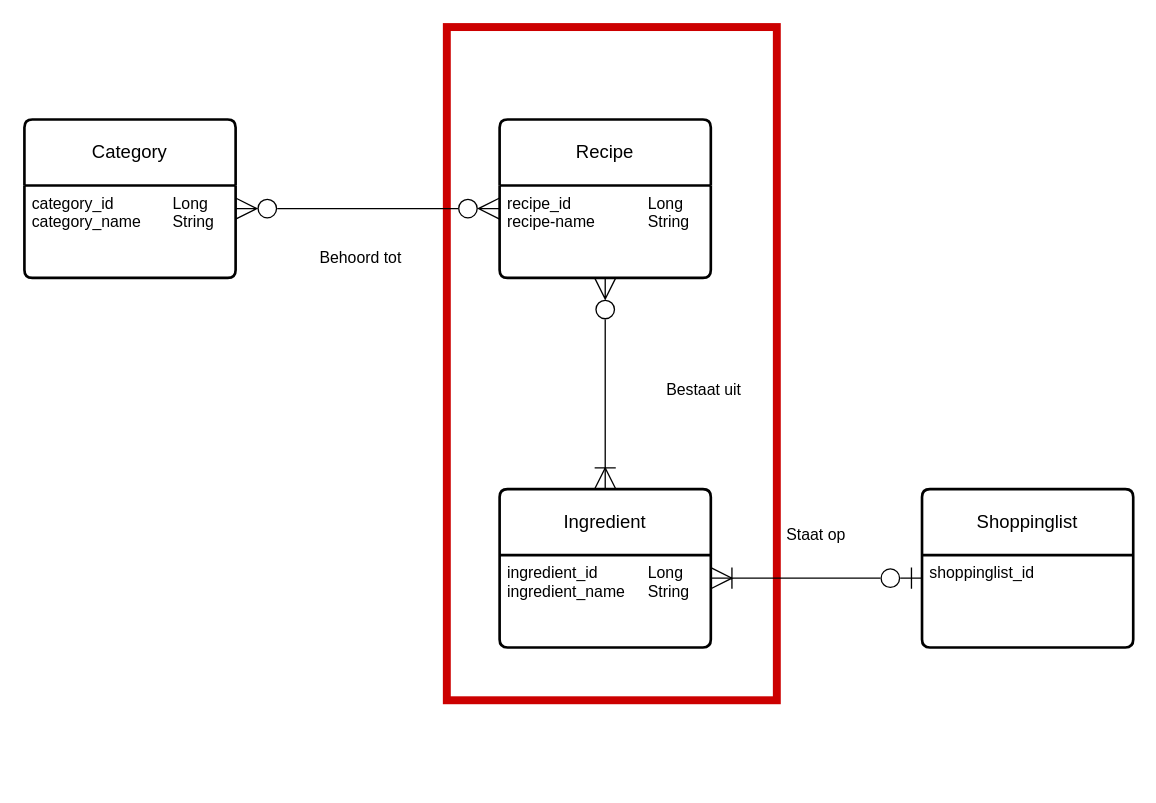
Above: Documenten/Receptenradar ERD.drawio in C17-MIW-NN/P1-ReceptenRadar (draw.io), before the change. Source tidied: cells renumbered, new cells numbered last; positions are measured from the earlier drawing's top-left corner, leaving out a move shared by most shapes. Both pictures are drawn from the tidied source at 132%, with x=0, y=0 at pixel (24, 26).
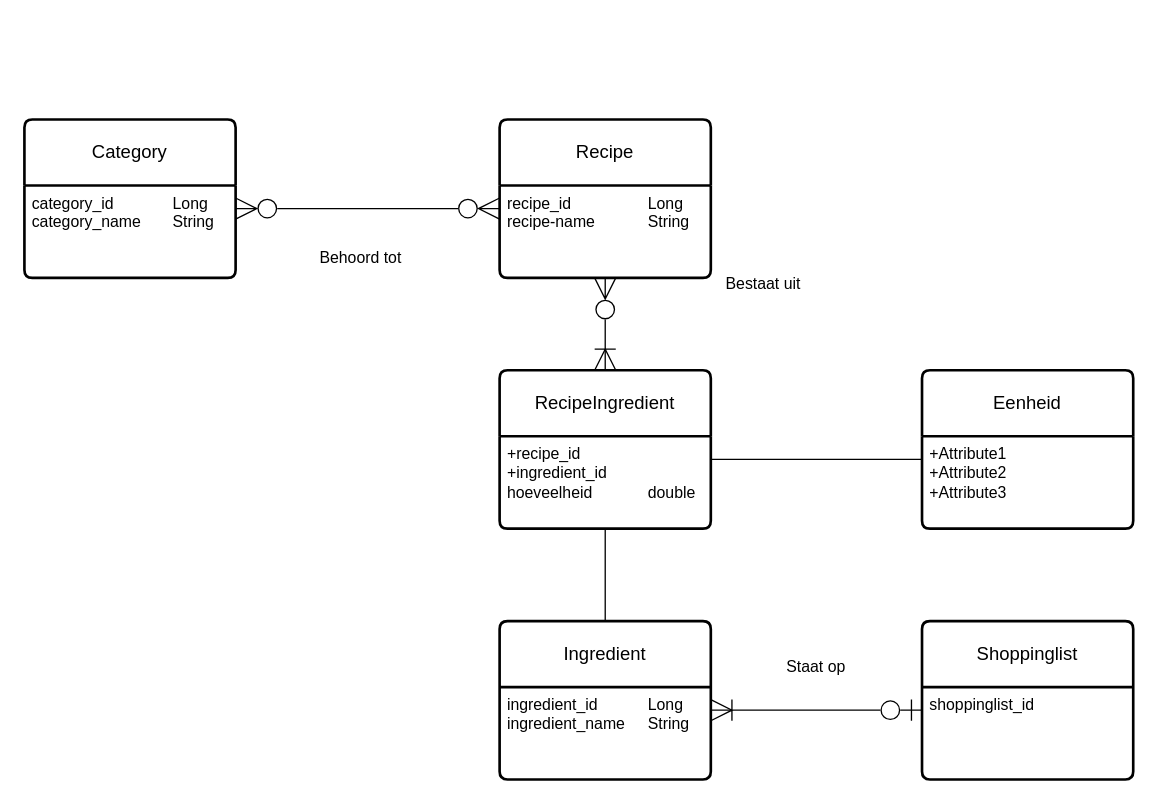
The same page after the edit.

Commit message (it also covers changes not shown here):
Recipes and Ingredients can now be added to DB through a form. Updated ERD and added a TODO List

Unchanged cells that the change refers to:
```xml
<mxCell id="4" value="recipe_id&lt;span style=&quot;white-space: pre;&quot;&gt;&#9;&lt;/span&gt;&lt;span style=&quot;white-space: pre;&quot;&gt;&#9;&lt;/span&gt;&lt;span style=&quot;white-space: pre;&quot;&gt;&#9;&lt;/span&gt;Long&lt;div&gt;recipe-name&lt;span style=&quot;white-space: pre;&quot;&gt;&#9;&lt;/span&gt;&lt;span style=&quot;white-space: pre;&quot;&gt;&#9;&lt;/span&gt;String&lt;/div&gt;" style="align=left;strokeColor=none;fillColor=none;spacingLeft=4;spacingRight=4;fontSize=12;verticalAlign=top;html=1;whiteSpace=wrap;" parent="3" vertex="1">
  <mxGeometry y="50" width="160" height="70" as="geometry" />
</mxCell>
```

Change to the diagram source:
```diff
@@
-    <mxCell id="2" style="rounded=0;whiteSpace=wrap;html=1;fillColor=none;strokeColor=#CC0000;strokeWidth=6;" parent="1" vertex="1">
-      <mxGeometry x="320" width="250" height="510" as="geometry" />
-    </mxCell>
@@
     <mxCell id="7" value="Ingredient" style="swimlane;horizontal=1;startSize=50;rounded=1;fontSize=14;fontStyle=0;strokeWidth=2;shadow=0;dashed=0;align=center;arcSize=4;whiteSpace=wrap;html=1;" parent="1" vertex="1">
-      <mxGeometry x="360" y="350" width="160" height="120" as="geometry" />
+      <mxGeometry x="360" y="450" width="160" height="120" as="geometry" />
     </mxCell>
@@
     <mxCell id="9" value="Shoppinglist" style="swimlane;horizontal=1;startSize=50;rounded=1;fontSize=14;fontStyle=0;strokeWidth=2;shadow=0;dashed=0;align=center;arcSize=4;whiteSpace=wrap;html=1;" parent="1" vertex="1">
-      <mxGeometry x="680" y="350" width="160" height="120" as="geometry" />
+      <mxGeometry x="680" y="450" width="160" height="120" as="geometry" />
     </mxCell>
@@
-    <mxCell id="13" style="endArrow=ERzeroToMany;html=1;rounded=0;exitX=0.5;exitY=0;exitDx=0;exitDy=0;entryX=0.5;entryY=1;entryDx=0;entryDy=0;startArrow=ERoneToMany;startFill=0;startSize=14;endSize=14;endFill=0;" parent="1" edge="1" source="7" target="4">
+    <mxCell id="13" style="endArrow=ERzeroToMany;html=1;rounded=0;exitX=0.5;exitY=0;exitDx=0;exitDy=0;entryX=0.5;entryY=1;entryDx=0;entryDy=0;startArrow=ERoneToMany;startFill=0;startSize=14;endSize=14;endFill=0;" parent="1" edge="1" source="17" target="4">
       <mxGeometry relative="1" as="geometry" />
     </mxCell>
@@
     <mxCell id="15" value="Bestaat uit" style="text;html=1;align=center;verticalAlign=middle;whiteSpace=wrap;rounded=0;" parent="1" vertex="1">
-      <mxGeometry x="485" y="260" width="60" height="30" as="geometry" />
+      <mxGeometry x="530" y="180" width="60" height="30" as="geometry" />
     </mxCell>
     <mxCell id="16" value="Staat op" style="text;html=1;align=center;verticalAlign=middle;whiteSpace=wrap;rounded=0;" parent="1" vertex="1">
-      <mxGeometry x="570" y="370" width="60" height="30" as="geometry" />
+      <mxGeometry x="570" y="470" width="60" height="30" as="geometry" />
     </mxCell>
+    <mxCell id="17" value="RecipeIngredient" style="swimlane;horizontal=1;startSize=50;rounded=1;fontSize=14;fontStyle=0;strokeWidth=2;shadow=0;dashed=0;align=center;arcSize=4;whiteSpace=wrap;html=1;" parent="1" vertex="1">
+      <mxGeometry x="360" y="260" width="160" height="120" as="geometry" />
+    </mxCell>
+    <mxCell id="18" value="+recipe_id&lt;br&gt;+ingredient_id&lt;div&gt;hoeveelheid&lt;span style=&quot;white-space: pre;&quot;&gt;&#9;&lt;/span&gt;&lt;span style=&quot;white-space: pre;&quot;&gt;&#9;&lt;/span&gt;double&lt;/div&gt;&lt;div&gt;&lt;br&gt;&lt;/div&gt;" style="align=left;strokeColor=none;fillColor=none;spacingLeft=4;spacingRight=4;fontSize=12;verticalAlign=top;html=1;whiteSpace=wrap;" parent="17" vertex="1">
+      <mxGeometry y="50" width="160" height="70" as="geometry" />
+    </mxCell>
+    <mxCell id="19" style="endArrow=none;html=1;rounded=0;entryX=0.5;entryY=0;entryDx=0;entryDy=0;exitX=0.5;exitY=1;exitDx=0;exitDy=0;" parent="1" edge="1" source="18" target="7">
+      <mxGeometry relative="1" as="geometry" />
+    </mxCell>
+    <mxCell id="20" value="Eenheid" style="swimlane;horizontal=1;startSize=50;rounded=1;fontSize=14;fontStyle=0;strokeWidth=2;shadow=0;dashed=0;align=center;arcSize=4;whiteSpace=wrap;html=1;" parent="1" vertex="1">
+      <mxGeometry x="680" y="260" width="160" height="120" as="geometry" />
+    </mxCell>
+    <mxCell id="21" value="+Attribute1&#10;+Attribute2&#10;+Attribute3" style="align=left;strokeColor=none;fillColor=none;spacingLeft=4;spacingRight=4;fontSize=12;verticalAlign=top;html=1;whiteSpace=wrap;" parent="20" vertex="1">
+      <mxGeometry y="50" width="160" height="70" as="geometry" />
+    </mxCell>
+    <mxCell id="22" style="endArrow=none;html=1;rounded=0;entryX=0;entryY=0.25;entryDx=0;entryDy=0;exitX=1;exitY=0.25;exitDx=0;exitDy=0;" parent="1" edge="1" source="18" target="21">
+      <mxGeometry relative="1" as="geometry" />
+    </mxCell>
```
